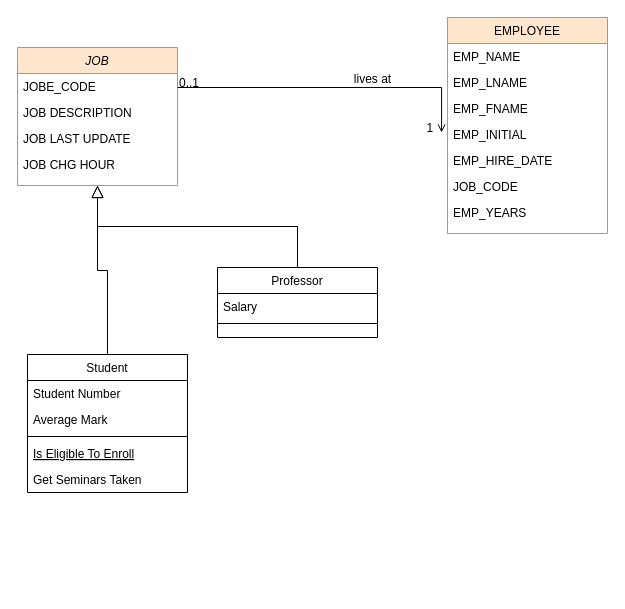
Above: employee relational.drawio in Collins07/Employee-data (draw.io), before the change. Source tidied: cells renumbered, new cells numbered last; positions are measured from the earlier drawing's top-left corner, leaving out a move shared by most shapes. Both pictures are drawn from the tidied source at 100%, with x=0, y=0 at pixel (17, 17).
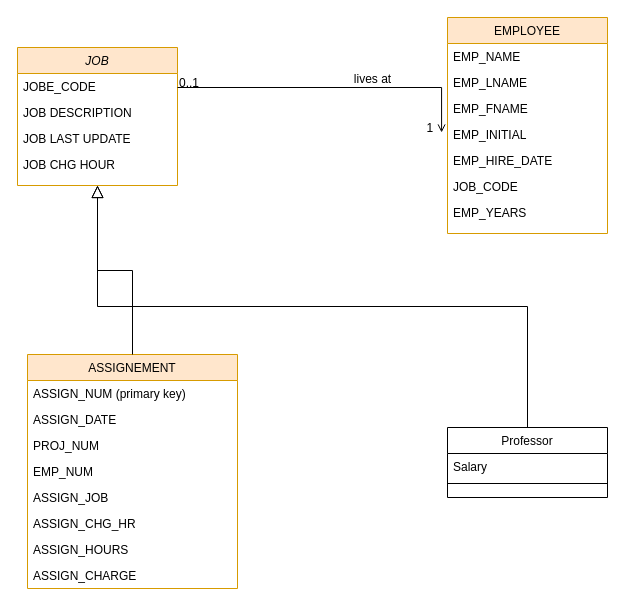
The same page after the edit.

Diff of the diagram source:
```diff
@@
-    <mxCell id="7" value="Student" style="swimlane;fontStyle=0;align=center;verticalAlign=top;horizontal=1;startSize=26;rounded=0;shadow=0;strokeWidth=1;" parent="1" vertex="1">
-      <mxGeometry x="10" y="337" width="160" height="138" as="geometry" />
+    <mxCell id="7" value="ASSIGNEMENT" style="swimlane;fontStyle=0;align=center;verticalAlign=top;horizontal=1;startSize=26;rounded=0;shadow=0;strokeWidth=1;fillColor=#ffe6cc;strokeColor=#d79b00;" parent="1" vertex="1">
+      <mxGeometry x="10" y="337" width="210" height="234" as="geometry" />
     </mxCell>
-    <mxCell id="8" value="Student Number" style="text;align=left;verticalAlign=top;spacingLeft=4;spacingRight=4;overflow=hidden;" parent="7" vertex="1">
-      <mxGeometry y="26" width="160" height="26" as="geometry" />
+    <mxCell id="8" value="ASSIGN_NUM (primary key)" style="text;align=left;verticalAlign=top;spacingLeft=4;spacingRight=4;overflow=hidden;" parent="7" vertex="1">
+      <mxGeometry y="26" width="210" height="26" as="geometry" />
     </mxCell>
-    <mxCell id="9" value="Average Mark" style="text;align=left;verticalAlign=top;spacingLeft=4;spacingRight=4;overflow=hidden;rounded=0;shadow=0;html=0;" parent="7" vertex="1">
-      <mxGeometry y="52" width="160" height="26" as="geometry" />
+    <mxCell id="9" value="ASSIGN_DATE" style="text;align=left;verticalAlign=top;spacingLeft=4;spacingRight=4;overflow=hidden;rounded=0;shadow=0;html=0;" parent="7" vertex="1">
+      <mxGeometry y="52" width="210" height="26" as="geometry" />
     </mxCell>
-    <mxCell id="10" style="line;html=1;strokeWidth=1;align=left;verticalAlign=middle;spacingTop=-1;spacingLeft=3;spacingRight=3;labelPosition=right;" parent="7" vertex="1">
-      <mxGeometry y="78" width="160" height="8" as="geometry" />
-    </mxCell>
-    <mxCell id="11" value="Is Eligible To Enroll" style="text;align=left;verticalAlign=top;spacingLeft=4;spacingRight=4;overflow=hidden;fontStyle=4;" parent="7" vertex="1">
-      <mxGeometry y="86" width="160" height="26" as="geometry" />
+    <mxCell id="11" value="PROJ_NUM" style="text;align=left;verticalAlign=top;spacingLeft=4;spacingRight=4;overflow=hidden;fontStyle=0;" parent="7" vertex="1">
+      <mxGeometry y="78" width="210" height="26" as="geometry" />
     </mxCell>
+    <mxCell id="30" value="EMP_NUM" style="text;align=left;verticalAlign=top;spacingLeft=4;spacingRight=4;overflow=hidden;fontStyle=0;" parent="7" vertex="1">
+      <mxGeometry y="104" width="210" height="26" as="geometry" />
+    </mxCell>
-    <mxCell id="12" value="Get Seminars Taken" style="text;align=left;verticalAlign=top;spacingLeft=4;spacingRight=4;overflow=hidden;" parent="7" vertex="1">
-      <mxGeometry y="112" width="160" height="26" as="geometry" />
+    <mxCell id="12" value="ASSIGN_JOB" style="text;align=left;verticalAlign=top;spacingLeft=4;spacingRight=4;overflow=hidden;" parent="7" vertex="1">
+      <mxGeometry y="130" width="210" height="26" as="geometry" />
     </mxCell>
+    <mxCell id="31" value="ASSIGN_CHG_HR" style="text;align=left;verticalAlign=top;spacingLeft=4;spacingRight=4;overflow=hidden;" parent="7" vertex="1">
+      <mxGeometry y="156" width="210" height="26" as="geometry" />
+    </mxCell>
+    <mxCell id="32" value="ASSIGN_HOURS" style="text;align=left;verticalAlign=top;spacingLeft=4;spacingRight=4;overflow=hidden;" parent="7" vertex="1">
+      <mxGeometry y="182" width="210" height="26" as="geometry" />
+    </mxCell>
+    <mxCell id="33" value="ASSIGN_CHARGE" style="text;align=left;verticalAlign=top;spacingLeft=4;spacingRight=4;overflow=hidden;" parent="7" vertex="1">
+      <mxGeometry y="208" width="210" height="26" as="geometry" />
+    </mxCell>
@@
     <mxCell id="14" value="Professor" style="swimlane;fontStyle=0;align=center;verticalAlign=top;horizontal=1;startSize=26;rounded=0;shadow=0;strokeWidth=1;" parent="1" vertex="1">
-      <mxGeometry x="200" y="250" width="160" height="70" as="geometry" />
+      <mxGeometry x="430" y="410" width="160" height="70" as="geometry" />
     </mxCell>
```
